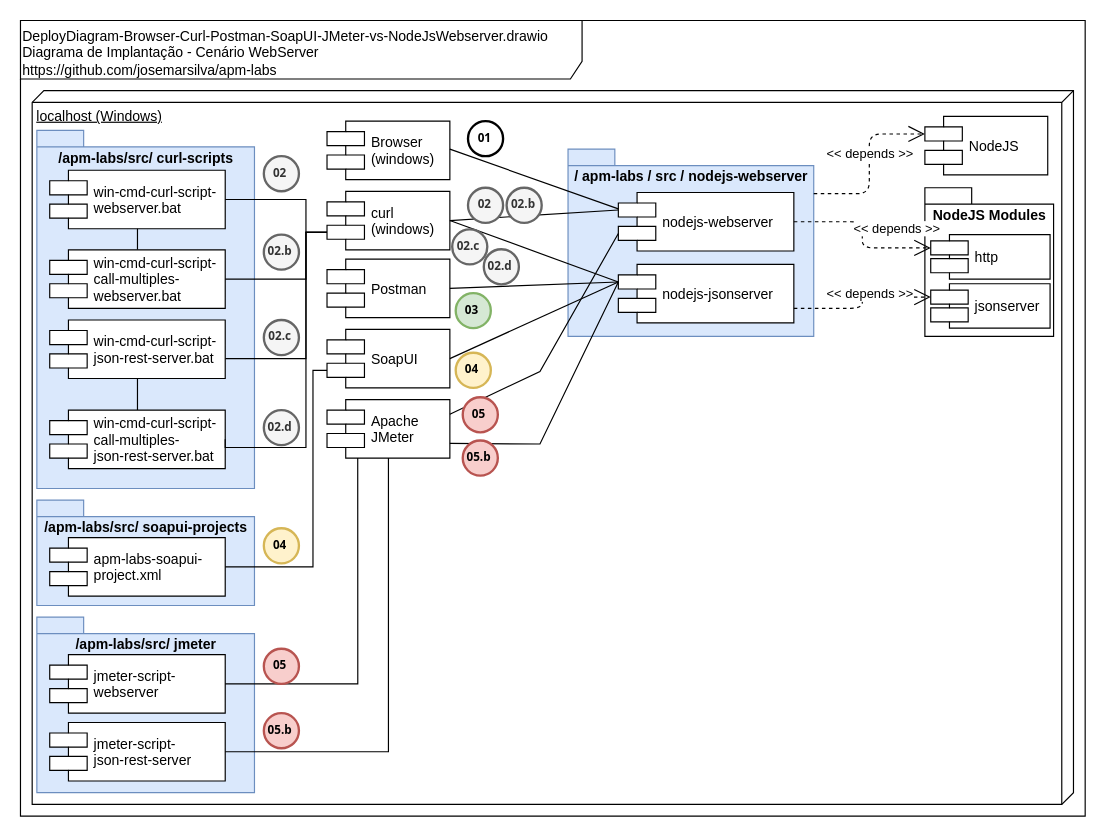
Earlier version of the draw.io diagram doc/DeployDiagram-Browser-Curl-Postman-SoapUI-JMeter-vs-NodeJsWebserver.drawio (josemarsilva/apm-labs). Source tidied: cells renumbered, new cells numbered last; positions are measured from the earlier drawing's top-left corner, leaving out a move shared by most shapes. Both pictures are drawn from the tidied source at 117%, with x=0, y=0 at pixel (20, 20).
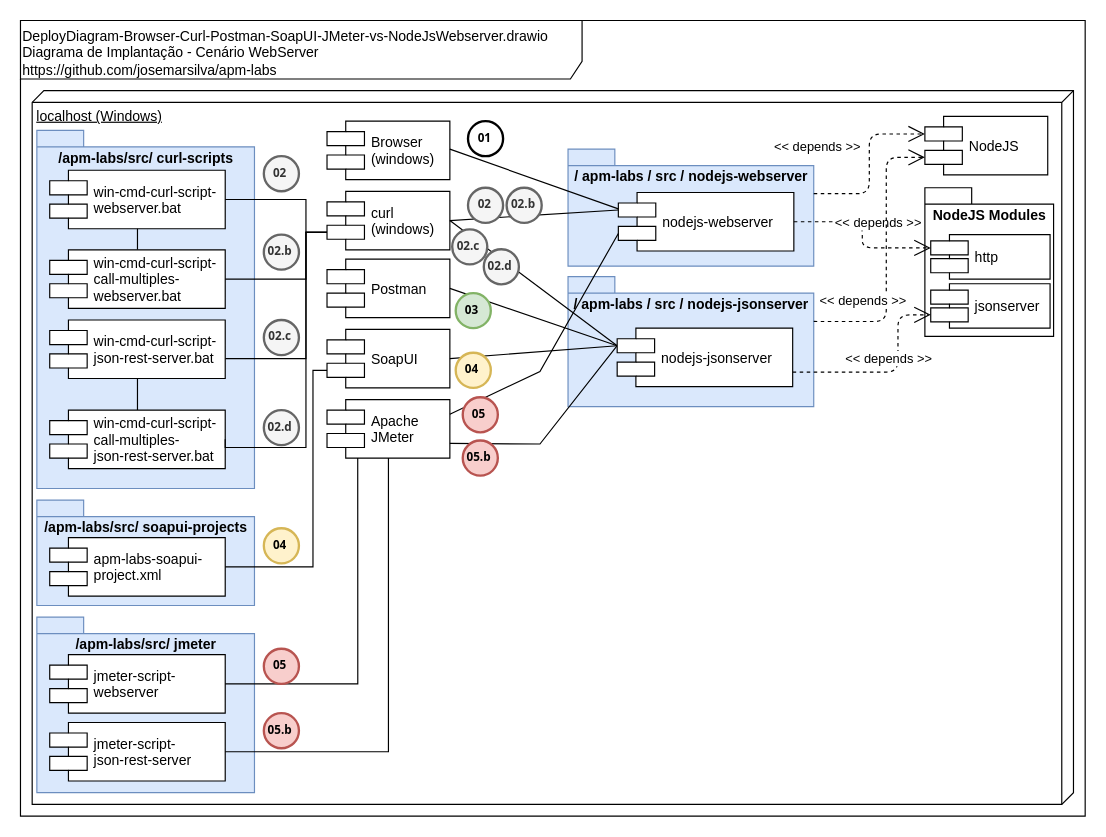
The same page after the edit.

Unchanged cells that the change refers to:
```xml
<mxCell id="9" value="nodejs-webserver" style="shape=component;align=left;spacingLeft=36;" parent="1" vertex="1">
  <mxGeometry x="511" y="147" width="150" height="50" as="geometry" />
</mxCell>
<mxCell id="12" value="NodeJS" style="shape=component;align=left;spacingLeft=36;" parent="1" vertex="1">
  <mxGeometry x="773" y="82" width="105" height="50" as="geometry" />
</mxCell>
<mxCell id="14" value="http" style="shape=component;align=left;spacingLeft=36;" parent="1" vertex="1">
  <mxGeometry x="778" y="183" width="102" height="38" as="geometry" />
</mxCell>
<mxCell id="59" value="jsonserver" style="shape=component;align=left;spacingLeft=36;" parent="1" vertex="1">
  <mxGeometry x="778" y="225" width="102" height="38" as="geometry" />
</mxCell>
```

What changed in the source:
```diff
@@
+    <mxCell id="61" value="/ apm-labs / src /&amp;nbsp;&lt;span style=&quot;text-align: left&quot;&gt;nodejs-jsonserver&lt;/span&gt;" style="shape=folder;fontStyle=1;spacingTop=10;tabWidth=40;tabHeight=14;tabPosition=left;html=1;verticalAlign=top;fillColor=#dae8fc;strokeColor=#6c8ebf;" parent="1" vertex="1">
+      <mxGeometry x="468" y="219" width="210" height="111" as="geometry" />
+    </mxCell>
@@
     <mxCell id="8" value="/ apm-labs / src /&amp;nbsp;&lt;span style=&quot;text-align: left&quot;&gt;nodejs-webserver&lt;/span&gt;" style="shape=folder;fontStyle=1;spacingTop=10;tabWidth=40;tabHeight=14;tabPosition=left;html=1;verticalAlign=top;fillColor=#dae8fc;strokeColor=#6c8ebf;" parent="1" vertex="1">
-      <mxGeometry x="468" y="110" width="210" height="160" as="geometry" />
+      <mxGeometry x="468" y="110" width="210" height="100" as="geometry" />
     </mxCell>
@@
     <mxCell id="15" value="&amp;lt;&amp;lt; depends &amp;gt;&amp;gt;" style="endArrow=open;endSize=12;dashed=1;html=1;exitX=0;exitY=0;exitDx=210;exitDy=38;exitPerimeter=0;entryX=0;entryY=0.3;entryDx=0;entryDy=0;edgeStyle=orthogonalEdgeStyle;" parent="1" edge="1" source="8" target="12">
-      <mxGeometry x="0.13" relative="1" as="geometry" />
+      <mxGeometry x="0.21" y="46" relative="1" as="geometry">
+        <mxPoint x="1" as="offset" />
+      </mxGeometry>
     </mxCell>
     <mxCell id="16" value="&amp;lt;&amp;lt; depends &amp;gt;&amp;gt;" style="endArrow=open;endSize=12;dashed=1;html=1;exitX=1;exitY=0.5;exitDx=0;exitDy=0;entryX=0;entryY=0.3;entryDx=0;entryDy=0;edgeStyle=orthogonalEdgeStyle;" parent="1" edge="1" source="9" target="14">
-      <mxGeometry x="-0.16" y="17" relative="1" as="geometry">
-        <mxPoint x="12" y="5" as="offset" />
+      <mxGeometry x="-0.16" y="12" relative="1" as="geometry">
+        <mxPoint x="1" as="offset" />
       </mxGeometry>
     </mxCell>
@@
-    <mxCell id="25" value="nodejs-jsonserver" style="shape=component;align=left;spacingLeft=36;" parent="1" vertex="1">
-      <mxGeometry x="511" y="208.5" width="150" height="50" as="geometry" />
-    </mxCell>
@@
-    <mxCell id="60" value="&amp;lt;&amp;lt; depends &amp;gt;&amp;gt;" style="endArrow=open;endSize=12;dashed=1;html=1;exitX=1;exitY=0.75;exitDx=0;exitDy=0;entryX=0;entryY=0.3;entryDx=0;entryDy=0;edgeStyle=orthogonalEdgeStyle;" parent="1" edge="1" source="25" target="59">
+    <mxCell id="60" value="&amp;lt;&amp;lt; depends &amp;gt;&amp;gt;" style="endArrow=open;endSize=12;dashed=1;html=1;exitX=1;exitY=0.75;exitDx=0;exitDy=0;entryX=0;entryY=0.7;entryDx=0;entryDy=0;edgeStyle=orthogonalEdgeStyle;" parent="1" edge="1" source="25" target="59">
       <mxGeometry x="-0.16" y="17" relative="1" as="geometry">
+        <Array as="points">
+          <mxPoint x="750" y="301" />
+          <mxPoint x="750" y="252" />
+        </Array>
         <mxPoint x="12" y="5" as="offset" />
       </mxGeometry>
     </mxCell>
+    <mxCell id="25" value="nodejs-jsonserver" style="shape=component;align=left;spacingLeft=36;" parent="1" vertex="1">
+      <mxGeometry x="510" y="263" width="150" height="50" as="geometry" />
+    </mxCell>
+    <mxCell id="62" value="&amp;lt;&amp;lt; depends &amp;gt;&amp;gt;" style="endArrow=open;endSize=12;dashed=1;html=1;exitX=0;exitY=0;exitDx=210;exitDy=38.25;exitPerimeter=0;entryX=0;entryY=0.7;entryDx=0;entryDy=0;edgeStyle=orthogonalEdgeStyle;" parent="1" edge="1" source="61" target="12">
+      <mxGeometry x="-0.64" y="17" relative="1" as="geometry">
+        <Array as="points">
+          <mxPoint x="740" y="257" />
+          <mxPoint x="740" y="117" />
+        </Array>
+      </mxGeometry>
+    </mxCell>
```
